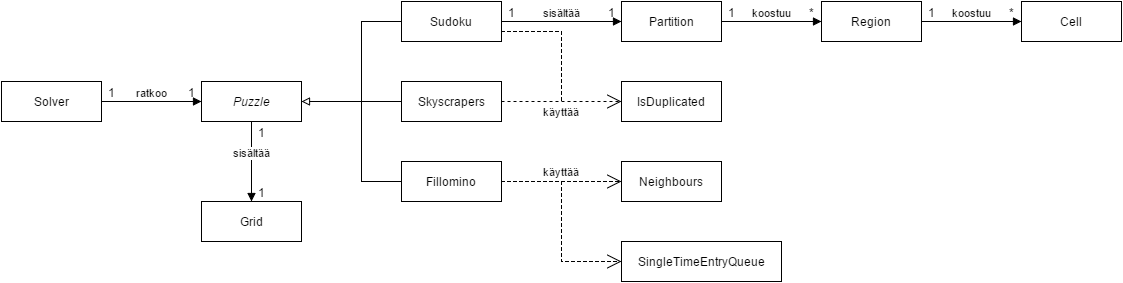
This is dokumentaatio/luokkakaavio.png from akuroku/puzzle-crafter, a draw.io export, as it was before one commit. Source tidied: cells renumbered, new cells last; positions are measured from the earlier drawing's top-left corner, leaving out a move shared by most shapes.
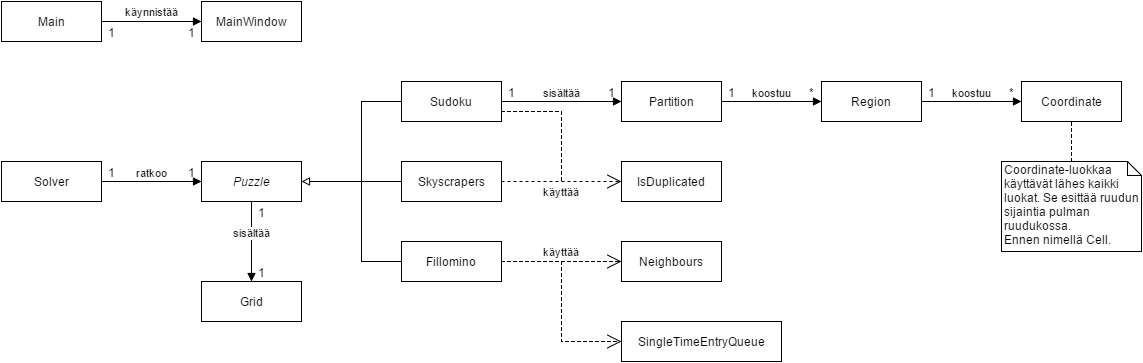
After the commit.

Commit message:
päivitetty luokkakaavio

The edit, as a diff of the source:
```diff
@@ -8,7 +8,7 @@
     <mxCell id="3" value="Region" style="html=1;" parent="1" vertex="1">
       <mxGeometry x="820" width="100" height="40" as="geometry" />
     </mxCell>
-    <mxCell id="4" value="Cell" style="html=1;" parent="1" vertex="1">
+    <mxCell id="4" value="Coordinate" style="html=1;" parent="1" vertex="1">
       <mxGeometry x="1020" width="100" height="40" as="geometry" />
     </mxCell>
     <mxCell id="5" value="Puzzle" style="html=1;fontStyle=2;" parent="1" vertex="1">
@@ -144,5 +144,30 @@
     <mxCell id="35" value="Neighbours" style="html=1;fontStyle=0;" parent="1" vertex="1">
       <mxGeometry x="620" y="160" width="100" height="40" as="geometry" />
     </mxCell>
+    <mxCell id="36" style="edgeStyle=elbowEdgeStyle;rounded=0;html=1;dashed=1;endArrow=none;endFill=0;endSize=12;jettySize=auto;" parent="1" edge="1" source="37" target="4">
+      <mxGeometry relative="1" as="geometry" />
+    </mxCell>
+    <mxCell id="37" value="Coordinate-luokkaa käyttävät lähes kaikki luokat. Se esittää ruudun sijaintia pulman ruudukossa.&lt;div&gt;Ennen nimellä Cell.&lt;/div&gt;" style="shape=note;whiteSpace=wrap;html=1;size=14;verticalAlign=top;align=left;spacingTop=-6;labelBackgroundColor=none;" parent="1" vertex="1">
+      <mxGeometry x="1000" y="80" width="140" height="90" as="geometry" />
+    </mxCell>
+    <mxCell id="38" value="käynnistää" style="edgeStyle=elbowEdgeStyle;rounded=0;html=1;entryX=0;entryY=0.5;endArrow=block;endFill=1;endSize=6;jettySize=auto;elbow=vertical;" parent="1" edge="1" source="41" target="42">
+      <mxGeometry y="10" relative="1" as="geometry" />
+    </mxCell>
+    <mxCell id="39" value="1" style="text;html=1;align=center;verticalAlign=middle;labelBackgroundColor=#ffffff;" parent="38" vertex="1">
+      <mxGeometry y="41" relative="1" as="geometry">
+        <mxPoint x="-40" y="51" as="offset" />
+      </mxGeometry>
+    </mxCell>
+    <mxCell id="40" value="1" style="text;html=1;align=center;verticalAlign=middle;labelBackgroundColor=#ffffff;" parent="38" vertex="1">
+      <mxGeometry x="0.74" relative="1" as="geometry">
+        <mxPoint x="3" y="10" as="offset" />
+      </mxGeometry>
+    </mxCell>
+    <mxCell id="41" value="Main" style="html=1;fontStyle=0;" parent="1" vertex="1">
+      <mxGeometry y="-80" width="100" height="40" as="geometry" />
+    </mxCell>
+    <mxCell id="42" value="MainWindow" style="html=1;fontStyle=0;" parent="1" vertex="1">
+      <mxGeometry x="200" y="-80" width="100" height="40" as="geometry" />
+    </mxCell>
   </root>
 </mxGraphModel>
```
